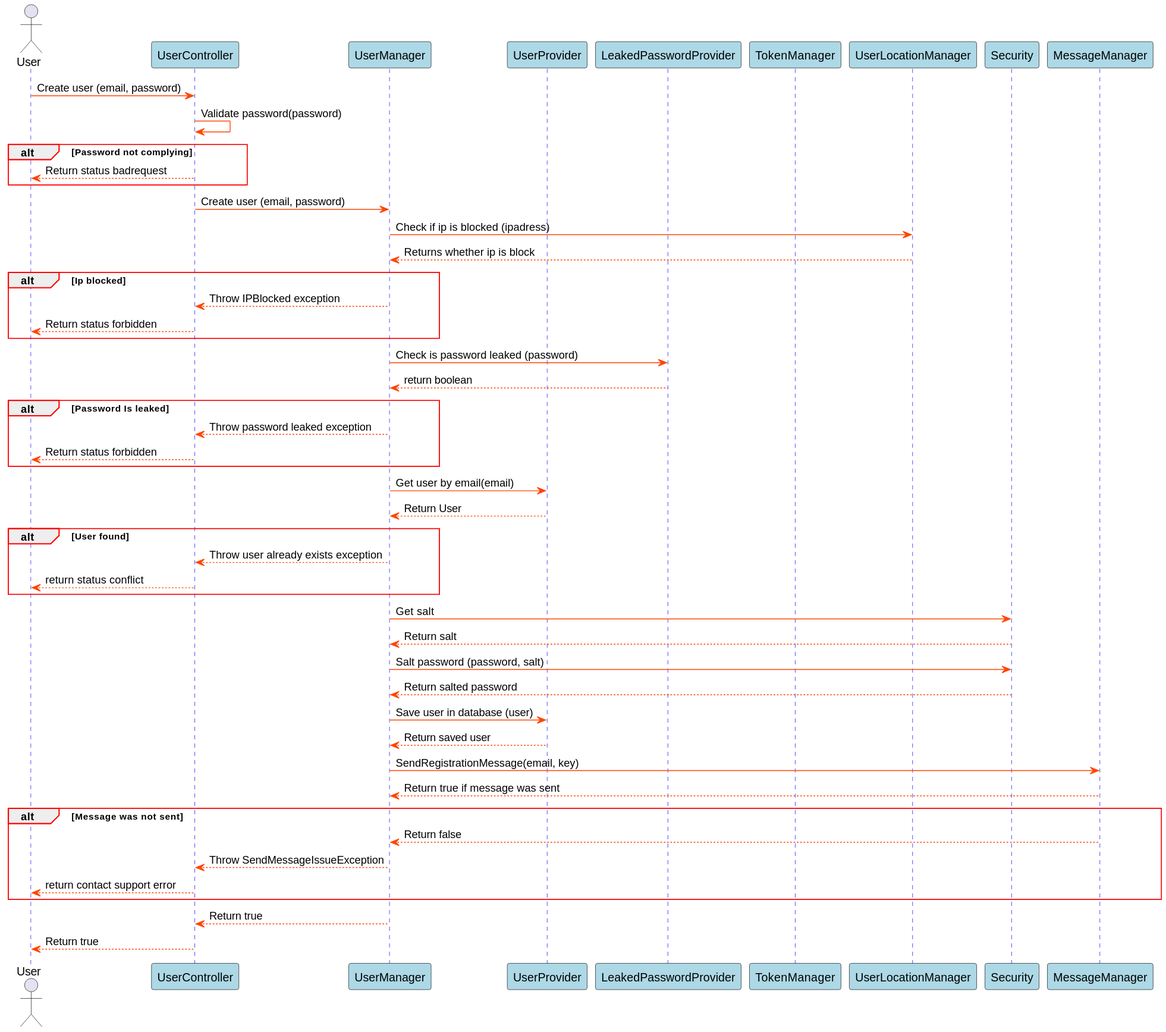
This is Docs/out/SDDiagrams/CreateUserSD/Create User SD.svg from blackout1471/trust-us-school, a PlantUML export, as it was before one commit.
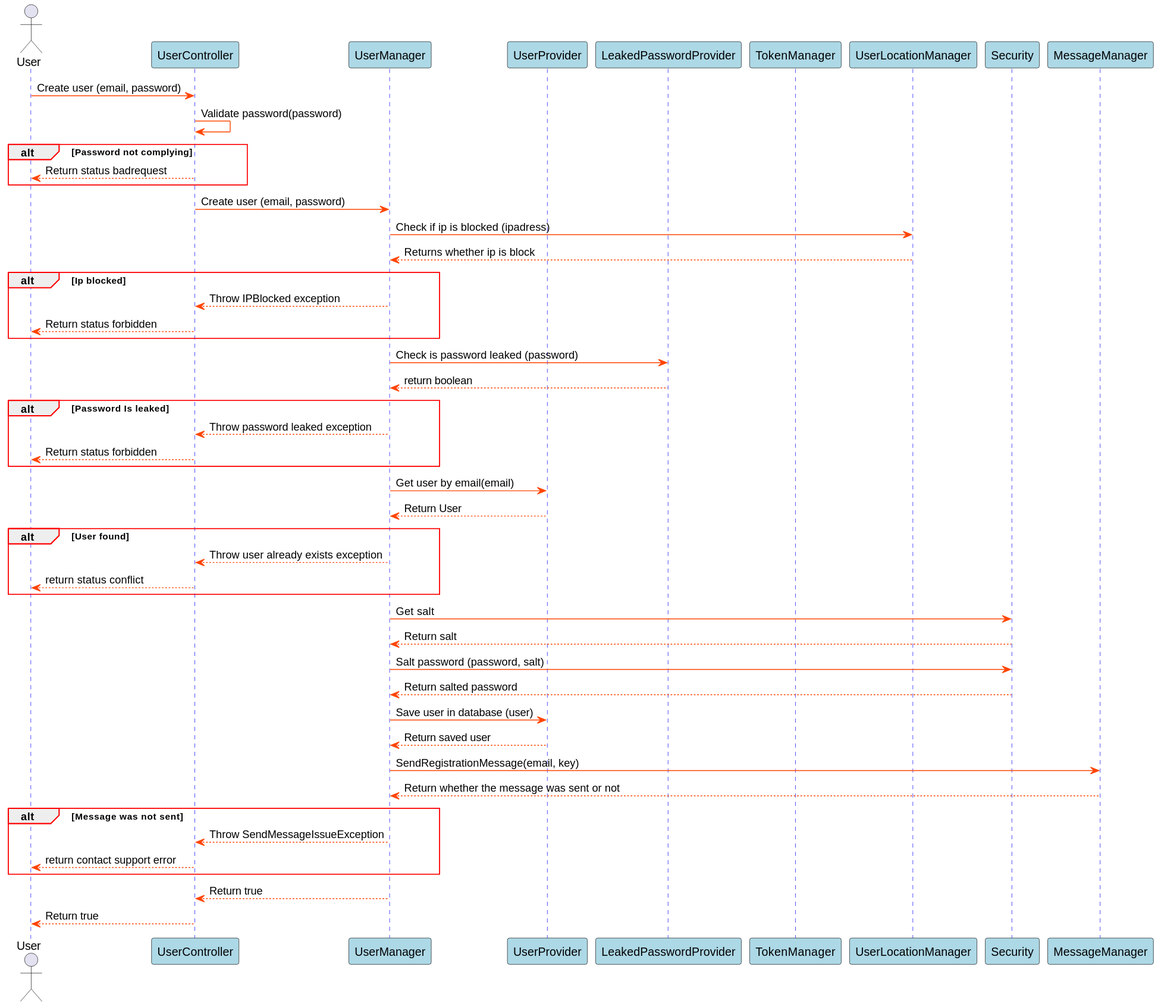
After the change.

Commit message:
updated SD for create user and login

The edit, as a diff of the source:
```diff
@@ -69,9 +69,8 @@
 UserProvider-->UserManager: Return saved user
 
 UserManager->MessageManager: SendRegistrationMessage(email, key)
-MessageManager-->UserManager: Return true if message was sent
+MessageManager-->UserManager: Return whether the message was sent or not
 alt Message was not sent
-MessageManager-->UserManager: Return false
 UserManager --> UserController: Throw SendMessageIssueException
 UserController --> User: return contact support error
 
```
